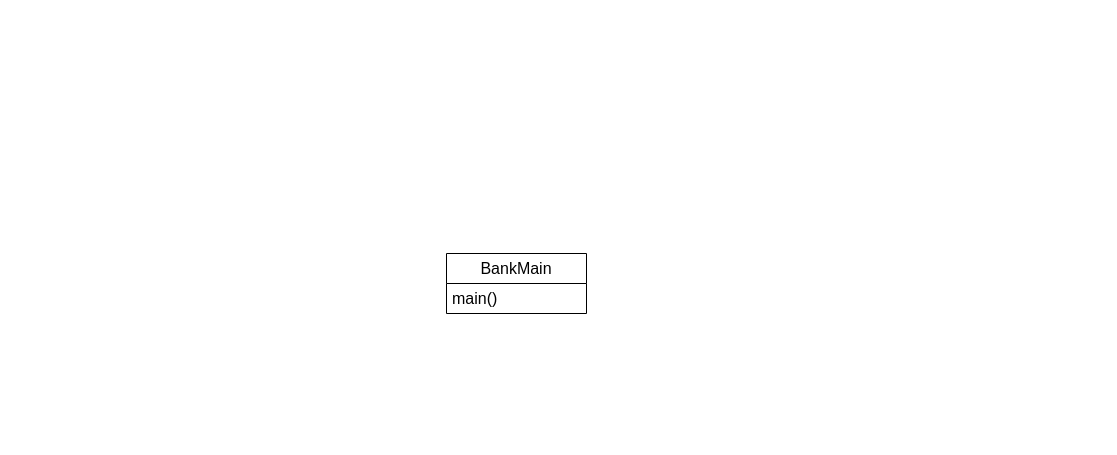
Above: 제목 없는 다이어그램.drawio in gnsgh0323/Class (draw.io), before the change. Source tidied: cells renumbered, new cells numbered last; positions are measured from the earlier drawing's top-left corner, leaving out a move shared by most shapes. Both pictures are drawn from the tidied source at 100%, with x=0, y=0 at pixel (446, 253).
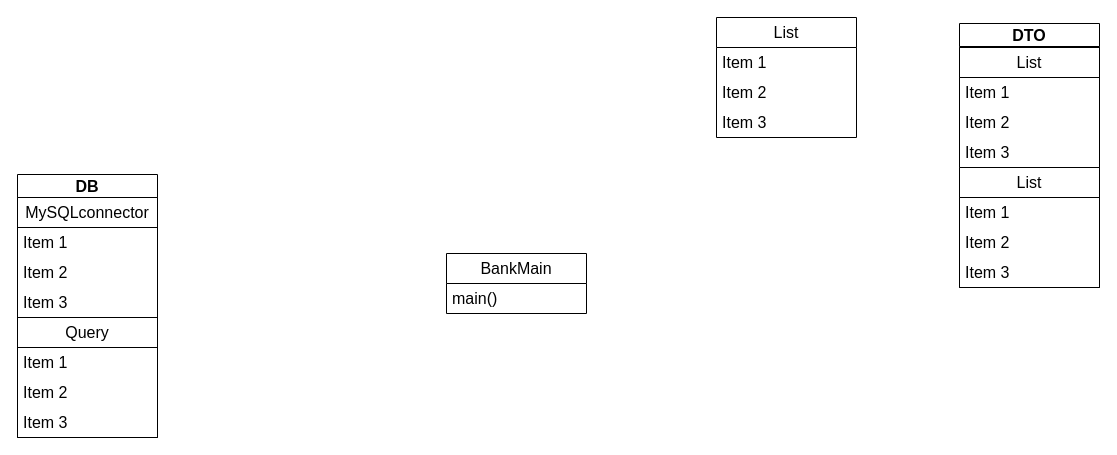
Above is the later version.

Commit message (it also covers changes not shown here):
제목 없는 다이어그램.drawio 업데이트

Diff of the diagram source:
```diff
@@
+    <mxCell id="4" value="MySQLconnector" style="swimlane;fontStyle=0;horizontal=1;startSize=30;whiteSpace=wrap;html=1;fontSize=16;" parent="1" vertex="1">
+      <mxGeometry x="-429" y="-56" width="140" height="120" as="geometry" />
+    </mxCell>
+    <mxCell id="5" value="Item 1" style="text;strokeColor=none;fillColor=none;align=left;verticalAlign=middle;spacingLeft=4;spacingRight=4;overflow=hidden;whiteSpace=wrap;html=1;fontSize=16;" parent="4" vertex="1">
+      <mxGeometry y="30" width="140" height="30" as="geometry" />
+    </mxCell>
+    <mxCell id="6" value="Item 2" style="text;strokeColor=none;fillColor=none;align=left;verticalAlign=middle;spacingLeft=4;spacingRight=4;overflow=hidden;whiteSpace=wrap;html=1;fontSize=16;" parent="4" vertex="1">
+      <mxGeometry y="60" width="140" height="30" as="geometry" />
+    </mxCell>
+    <mxCell id="7" value="Item 3" style="text;strokeColor=none;fillColor=none;align=left;verticalAlign=middle;spacingLeft=4;spacingRight=4;overflow=hidden;whiteSpace=wrap;html=1;fontSize=16;" parent="4" vertex="1">
+      <mxGeometry y="90" width="140" height="30" as="geometry" />
+    </mxCell>
+    <mxCell id="8" value="Query" style="swimlane;fontStyle=0;horizontal=1;startSize=30;whiteSpace=wrap;html=1;fontSize=16;" parent="1" vertex="1">
+      <mxGeometry x="-429" y="64" width="140" height="120" as="geometry" />
+    </mxCell>
+    <mxCell id="9" value="Item 1" style="text;strokeColor=none;fillColor=none;align=left;verticalAlign=middle;spacingLeft=4;spacingRight=4;overflow=hidden;whiteSpace=wrap;html=1;fontSize=16;" parent="8" vertex="1">
+      <mxGeometry y="30" width="140" height="30" as="geometry" />
+    </mxCell>
+    <mxCell id="10" value="Item 2" style="text;strokeColor=none;fillColor=none;align=left;verticalAlign=middle;spacingLeft=4;spacingRight=4;overflow=hidden;whiteSpace=wrap;html=1;fontSize=16;" parent="8" vertex="1">
+      <mxGeometry y="60" width="140" height="30" as="geometry" />
+    </mxCell>
+    <mxCell id="11" value="Item 3" style="text;strokeColor=none;fillColor=none;align=left;verticalAlign=middle;spacingLeft=4;spacingRight=4;overflow=hidden;whiteSpace=wrap;html=1;fontSize=16;" parent="8" vertex="1">
+      <mxGeometry y="90" width="140" height="30" as="geometry" />
+    </mxCell>
+    <mxCell id="12" value="DB" style="swimlane;whiteSpace=wrap;html=1;fontSize=16;" parent="1" vertex="1">
+      <mxGeometry x="-429" y="-79" width="140" height="263" as="geometry" />
+    </mxCell>
+    <mxCell id="13" value="DTO" style="swimlane;whiteSpace=wrap;html=1;fontSize=16;" parent="1" vertex="1">
+      <mxGeometry x="513" y="-230" width="140" height="264" as="geometry" />
+    </mxCell>
+    <mxCell id="14" value="List" style="swimlane;fontStyle=0;horizontal=1;startSize=30;whiteSpace=wrap;html=1;fontSize=16;" parent="13" vertex="1">
+      <mxGeometry y="24" width="140" height="120" as="geometry" />
+    </mxCell>
+    <mxCell id="15" value="Item 1" style="text;strokeColor=none;fillColor=none;align=left;verticalAlign=middle;spacingLeft=4;spacingRight=4;overflow=hidden;whiteSpace=wrap;html=1;fontSize=16;" parent="14" vertex="1">
+      <mxGeometry y="30" width="140" height="30" as="geometry" />
+    </mxCell>
+    <mxCell id="16" value="Item 2" style="text;strokeColor=none;fillColor=none;align=left;verticalAlign=middle;spacingLeft=4;spacingRight=4;overflow=hidden;whiteSpace=wrap;html=1;fontSize=16;" parent="14" vertex="1">
+      <mxGeometry y="60" width="140" height="30" as="geometry" />
+    </mxCell>
+    <mxCell id="17" value="Item 3" style="text;strokeColor=none;fillColor=none;align=left;verticalAlign=middle;spacingLeft=4;spacingRight=4;overflow=hidden;whiteSpace=wrap;html=1;fontSize=16;" parent="14" vertex="1">
+      <mxGeometry y="90" width="140" height="30" as="geometry" />
+    </mxCell>
+    <mxCell id="18" value="List" style="swimlane;fontStyle=0;horizontal=1;startSize=30;whiteSpace=wrap;html=1;fontSize=16;" parent="13" vertex="1">
+      <mxGeometry y="144" width="140" height="120" as="geometry" />
+    </mxCell>
+    <mxCell id="19" value="Item 1" style="text;strokeColor=none;fillColor=none;align=left;verticalAlign=middle;spacingLeft=4;spacingRight=4;overflow=hidden;whiteSpace=wrap;html=1;fontSize=16;" parent="18" vertex="1">
+      <mxGeometry y="30" width="140" height="30" as="geometry" />
+    </mxCell>
+    <mxCell id="20" value="Item 2" style="text;strokeColor=none;fillColor=none;align=left;verticalAlign=middle;spacingLeft=4;spacingRight=4;overflow=hidden;whiteSpace=wrap;html=1;fontSize=16;" parent="18" vertex="1">
+      <mxGeometry y="60" width="140" height="30" as="geometry" />
+    </mxCell>
+    <mxCell id="21" value="Item 3" style="text;strokeColor=none;fillColor=none;align=left;verticalAlign=middle;spacingLeft=4;spacingRight=4;overflow=hidden;whiteSpace=wrap;html=1;fontSize=16;" parent="18" vertex="1">
+      <mxGeometry y="90" width="140" height="30" as="geometry" />
+    </mxCell>
+    <mxCell id="22" value="List" style="swimlane;fontStyle=0;horizontal=1;startSize=30;whiteSpace=wrap;html=1;fontSize=16;" parent="1" vertex="1">
+      <mxGeometry x="270" y="-236" width="140" height="120" as="geometry" />
+    </mxCell>
+    <mxCell id="23" value="Item 1" style="text;strokeColor=none;fillColor=none;align=left;verticalAlign=middle;spacingLeft=4;spacingRight=4;overflow=hidden;whiteSpace=wrap;html=1;fontSize=16;" parent="22" vertex="1">
+      <mxGeometry y="30" width="140" height="30" as="geometry" />
+    </mxCell>
+    <mxCell id="24" value="Item 2" style="text;strokeColor=none;fillColor=none;align=left;verticalAlign=middle;spacingLeft=4;spacingRight=4;overflow=hidden;whiteSpace=wrap;html=1;fontSize=16;" parent="22" vertex="1">
+      <mxGeometry y="60" width="140" height="30" as="geometry" />
+    </mxCell>
+    <mxCell id="25" value="Item 3" style="text;strokeColor=none;fillColor=none;align=left;verticalAlign=middle;spacingLeft=4;spacingRight=4;overflow=hidden;whiteSpace=wrap;html=1;fontSize=16;" parent="22" vertex="1">
+      <mxGeometry y="90" width="140" height="30" as="geometry" />
+    </mxCell>
```
